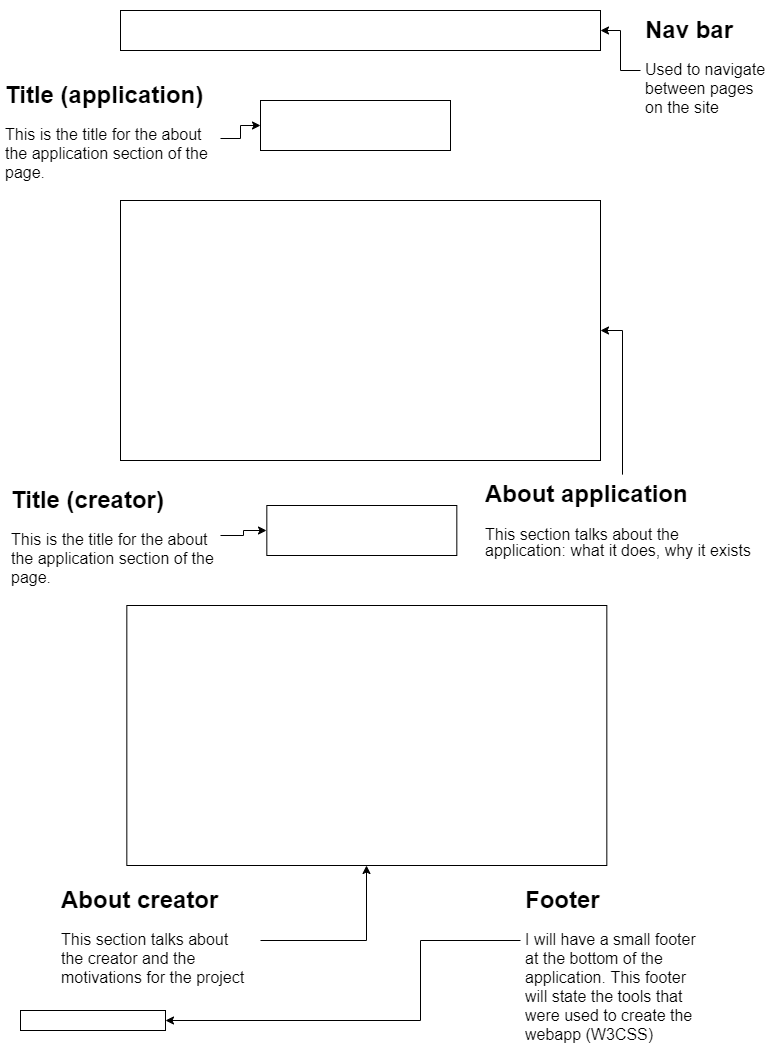
The draw.io diagram Website Wireframes/Application.png in Jasper-27/Soft166Assignment, before a commit. Source tidied: cells renumbered, new cells last; positions are measured from the earlier drawing's top-left corner, leaving out a move shared by most shapes.
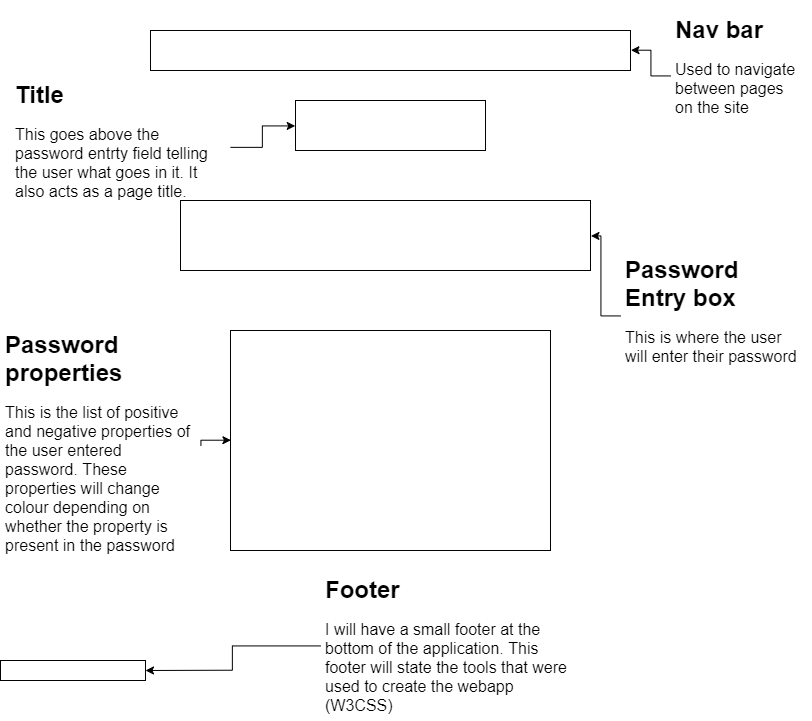
After the commit.

What changed in the source:
```diff
@@ -2,64 +2,62 @@
   <root>
     <mxCell id="0" />
     <mxCell id="1" parent="0" />
-    <mxCell id="2" style="rounded=0;whiteSpace=wrap;html=1;fillColor=#FFFFFF;strokeColor=#000000;shadow=0;" parent="1" vertex="1">
-      <mxGeometry x="120" width="480" height="40" as="geometry" />
+    <mxCell id="2" style="rounded=0;whiteSpace=wrap;html=1;shadow=0;fillColor=#FFFFFF;strokeColor=#030303;" parent="1" vertex="1">
+      <mxGeometry x="120" y="20" width="480" height="40" as="geometry" />
     </mxCell>
-    <mxCell id="3" style="rounded=0;whiteSpace=wrap;html=1;fillColor=#FFFFFF;strokeColor=#000000;shadow=0;" parent="1" vertex="1">
-      <mxGeometry x="120" y="190" width="480" height="260" as="geometry" />
+    <mxCell id="3" style="rounded=0;whiteSpace=wrap;html=1;shadow=0;fillColor=#FFFFFF;strokeColor=#030303;" parent="1" vertex="1">
+      <mxGeometry x="150" y="190" width="410" height="70" as="geometry" />
     </mxCell>
-    <mxCell id="4" style="rounded=0;whiteSpace=wrap;html=1;fillColor=#FFFFFF;strokeColor=#000000;shadow=0;" parent="1" vertex="1">
-      <mxGeometry x="260" y="90" width="190" height="50" as="geometry" />
+    <mxCell id="4" style="rounded=0;whiteSpace=wrap;html=1;shadow=0;fillColor=#FFFFFF;strokeColor=#030303;" parent="1" vertex="1">
+      <mxGeometry x="265" y="90" width="190" height="50" as="geometry" />
     </mxCell>
+    <mxCell id="20" style="rounded=0;whiteSpace=wrap;html=1;shadow=0;fillColor=#FFFFFF;strokeColor=#030303;" parent="1" vertex="1">
+      <mxGeometry x="200" y="320" width="320" height="220" as="geometry" />
+    </mxCell>
     <mxCell id="5" style="edgeStyle=orthogonalEdgeStyle;rounded=0;jettySize=auto;html=1;entryX=1;entryY=0.5;entryDx=0;entryDy=0;shadow=0;strokeColor=#000000;" parent="1" edge="1" source="6" target="2">
       <mxGeometry relative="1" as="geometry" />
     </mxCell>
     <mxCell id="6" value="&lt;h1&gt;Nav bar&lt;br&gt;&lt;/h1&gt;&lt;p&gt;&lt;font style=&quot;font-size: 16px&quot;&gt;Used to navigate between pages on the site&lt;/font&gt;&lt;br&gt;&lt;/p&gt;" style="text;html=1;spacing=5;spacingTop=-20;whiteSpace=wrap;overflow=hidden;rounded=0;shadow=0;fontColor=#000000;" parent="1" vertex="1">
-      <mxGeometry x="640" width="140" height="120" as="geometry" />
+      <mxGeometry x="640" width="140" height="130" as="geometry" />
     </mxCell>
     <mxCell id="7" style="edgeStyle=orthogonalEdgeStyle;rounded=0;jettySize=auto;html=1;entryX=1;entryY=0.5;entryDx=0;entryDy=0;shadow=0;strokeColor=#000000;" parent="1" edge="1" source="8" target="3">
       <mxGeometry relative="1" as="geometry" />
     </mxCell>
-    <mxCell id="8" value="&lt;h1&gt;&lt;span&gt;About application&lt;/span&gt;&lt;/h1&gt;&lt;h6&gt;&lt;span style=&quot;font-weight: normal&quot;&gt;&lt;font style=&quot;line-height: 100% ; font-size: 16px&quot;&gt;This section talks about the application: what it does, why it exists&lt;/font&gt;&lt;/span&gt;&lt;/h6&gt;" style="text;html=1;spacing=5;spacingTop=-20;whiteSpace=wrap;overflow=hidden;rounded=0;shadow=0;fontColor=#000000;" parent="1" vertex="1">
-      <mxGeometry x="480" y="464.1" width="283.7" height="111.7" as="geometry" />
+    <mxCell id="8" value="&lt;h1&gt;Password Entry box&lt;br&gt;&lt;/h1&gt;&lt;p&gt;&lt;font style=&quot;font-size: 16px&quot;&gt;This is where the user will enter their password &lt;/font&gt;&lt;br&gt;&lt;/p&gt;" style="text;html=1;spacing=5;spacingTop=-20;whiteSpace=wrap;overflow=hidden;rounded=0;shadow=0;fontColor=#000000;" parent="1" vertex="1">
+      <mxGeometry x="590" y="240" width="190" height="130" as="geometry" />
     </mxCell>
     <mxCell id="9" style="edgeStyle=orthogonalEdgeStyle;rounded=0;jettySize=auto;html=1;entryX=0;entryY=0.5;entryDx=0;entryDy=0;shadow=0;strokeColor=#000000;" parent="1" edge="1" source="10" target="4">
       <mxGeometry relative="1" as="geometry" />
     </mxCell>
-    <mxCell id="10" value="&lt;h1&gt;Title (application)&lt;br&gt;&lt;/h1&gt;&lt;p&gt;&lt;font style=&quot;font-size: 16px&quot;&gt;This is the title for the about the application section of the page.&lt;/font&gt;&lt;/p&gt;" style="text;html=1;spacing=5;spacingTop=-20;whiteSpace=wrap;overflow=hidden;rounded=0;shadow=0;fontColor=#000000;" parent="1" vertex="1">
-      <mxGeometry y="65" width="220" height="125" as="geometry" />
+    <mxCell id="10" value="&lt;h1&gt;Title &lt;br&gt;&lt;/h1&gt;&lt;p&gt;&lt;font style=&quot;font-size: 16px&quot;&gt;This goes above the password entrty field telling the user what goes in it. It also acts as a page title. &lt;/font&gt;&lt;br&gt;&lt;/p&gt;" style="text;html=1;spacing=5;spacingTop=-20;whiteSpace=wrap;overflow=hidden;rounded=0;shadow=0;fontColor=#000000;" parent="1" vertex="1">
+      <mxGeometry x="-20" y="65" width="220" height="145" as="geometry" />
     </mxCell>
+    <mxCell id="21" style="edgeStyle=orthogonalEdgeStyle;rounded=0;jettySize=auto;html=1;shadow=0;strokeColor=#000000;" parent="1" edge="1" target="x">
+      <mxGeometry relative="1" as="geometry">
+        <mxPoint x="230" y="345" as="sourcePoint" />
+      </mxGeometry>
+    </mxCell>
+    <mxCell id="22" style="edgeStyle=orthogonalEdgeStyle;rounded=0;jettySize=auto;html=1;entryX=0;entryY=0.5;entryDx=0;entryDy=0;shadow=0;strokeColor=#000000;exitX=1;exitY=0.5;exitDx=0;exitDy=0;" parent="1" edge="1" target="20">
+      <mxGeometry relative="1" as="geometry">
+        <mxPoint x="170.4" y="435.4" as="sourcePoint" />
+        <Array as="points">
+          <mxPoint x="170" y="430" />
+        </Array>
+      </mxGeometry>
+    </mxCell>
+    <mxCell id="23" value="&lt;h1&gt;Password properties&lt;br&gt;&lt;/h1&gt;&lt;div id=&quot;inside&quot; class=&quot;text_box&quot;&gt;&lt;font style=&quot;font-size: 16px&quot;&gt;This is the list of positive and negative properties of the user entered password. These properties will change colour depending on whether the property is present in the password&lt;/font&gt;&lt;br&gt;&lt;/div&gt;" style="text;html=1;spacing=5;spacingTop=-20;whiteSpace=wrap;overflow=hidden;rounded=0;shadow=0;fontColor=#000000;" parent="1" vertex="1">
+      <mxGeometry x="-30" y="315" width="200" height="230" as="geometry" />
+    </mxCell>
-    <mxCell id="11" style="rounded=0;whiteSpace=wrap;html=1;fillColor=#FFFFFF;strokeColor=#000000;shadow=0;" parent="1" vertex="1">
-      <mxGeometry x="20" y="1000" width="145" height="20" as="geometry" />
+    <mxCell id="11" style="rounded=0;whiteSpace=wrap;html=1;shadow=0;fillColor=#FFFFFF;strokeColor=#030303;" parent="1" vertex="1">
+      <mxGeometry x="-30" y="650" width="145" height="20" as="geometry" />
     </mxCell>
-    <mxCell id="12" style="edgeStyle=orthogonalEdgeStyle;rounded=0;jettySize=auto;html=1;entryX=1;entryY=0.5;entryDx=0;entryDy=0;shadow=0;strokeColor=#000000;" parent="1" edge="1" source="13" target="11">
+    <mxCell id="12" style="edgeStyle=orthogonalEdgeStyle;rounded=0;jettySize=auto;html=1;entryX=1;entryY=0.5;entryDx=0;entryDy=0;shadow=0;strokeColor=#000000;" parent="1" edge="1" source="13">
       <mxGeometry relative="1" as="geometry">
-        <Array as="points">
-          <mxPoint x="420" y="930" />
-          <mxPoint x="420" y="1010" />
-        </Array>
+        <mxPoint x="115" y="660" as="targetPoint" />
       </mxGeometry>
     </mxCell>
     <mxCell id="13" value="&lt;h1&gt;Footer&lt;/h1&gt;&lt;p&gt;&lt;font style=&quot;font-size: 16px&quot;&gt;I will have a small footer at the bottom of the application. This footer will state the tools that were used to create the webapp (W3CSS)&lt;/font&gt;&lt;br&gt;&lt;/p&gt;" style="text;html=1;spacing=5;spacingTop=-20;whiteSpace=wrap;overflow=hidden;rounded=0;shadow=0;fontColor=#000000;" parent="1" vertex="1">
-      <mxGeometry x="520" y="870" width="190" height="170" as="geometry" />
+      <mxGeometry x="290" y="560" width="260" height="150" as="geometry" />
     </mxCell>
-    <mxCell id="14" style="rounded=0;whiteSpace=wrap;html=1;fillColor=#FFFFFF;strokeColor=#000000;shadow=0;" parent="1" vertex="1">
-      <mxGeometry x="126.3" y="595" width="480" height="260" as="geometry" />
-    </mxCell>
-    <mxCell id="15" style="rounded=0;whiteSpace=wrap;html=1;fillColor=#FFFFFF;strokeColor=#000000;shadow=0;" parent="1" vertex="1">
-      <mxGeometry x="266.3" y="495" width="190" height="50" as="geometry" />
-    </mxCell>
-    <mxCell id="16" style="edgeStyle=orthogonalEdgeStyle;rounded=0;jettySize=auto;html=1;entryX=0;entryY=0.5;entryDx=0;entryDy=0;shadow=0;strokeColor=#000000;" parent="1" edge="1" source="17" target="15">
-      <mxGeometry relative="1" as="geometry" />
-    </mxCell>
-    <mxCell id="17" value="&lt;h1&gt;Title (creator)&amp;nbsp;&lt;br&gt;&lt;/h1&gt;&lt;p&gt;&lt;font style=&quot;font-size: 16px&quot;&gt;This is the title for the about the application section of the page.&lt;/font&gt;&lt;/p&gt;" style="text;html=1;spacing=5;spacingTop=-20;whiteSpace=wrap;overflow=hidden;rounded=0;shadow=0;fontColor=#000000;" parent="1" vertex="1">
-      <mxGeometry x="6.3" y="470" width="213.7" height="110" as="geometry" />
-    </mxCell>
-    <mxCell id="18" style="edgeStyle=orthogonalEdgeStyle;rounded=0;jettySize=auto;html=1;entryX=0.5;entryY=1;entryDx=0;entryDy=0;exitX=1;exitY=0.5;exitDx=0;exitDy=0;strokeColor=#000000;" parent="1" edge="1" source="19" target="14">
-      <mxGeometry relative="1" as="geometry" />
-    </mxCell>
-    <mxCell id="19" value="&lt;h1&gt;About creator&lt;br&gt;&lt;/h1&gt;&lt;p&gt;&lt;font style=&quot;font-size: 16px&quot;&gt;This section talks about the creator and the motivations for the project&lt;/font&gt;&lt;/p&gt;" style="text;html=1;spacing=5;spacingTop=-20;whiteSpace=wrap;overflow=hidden;rounded=0;shadow=0;fontColor=#000000;" parent="1" vertex="1">
-      <mxGeometry x="56.3" y="870" width="203.7" height="120" as="geometry" />
-    </mxCell>
   </root>
 </mxGraphModel>
```
